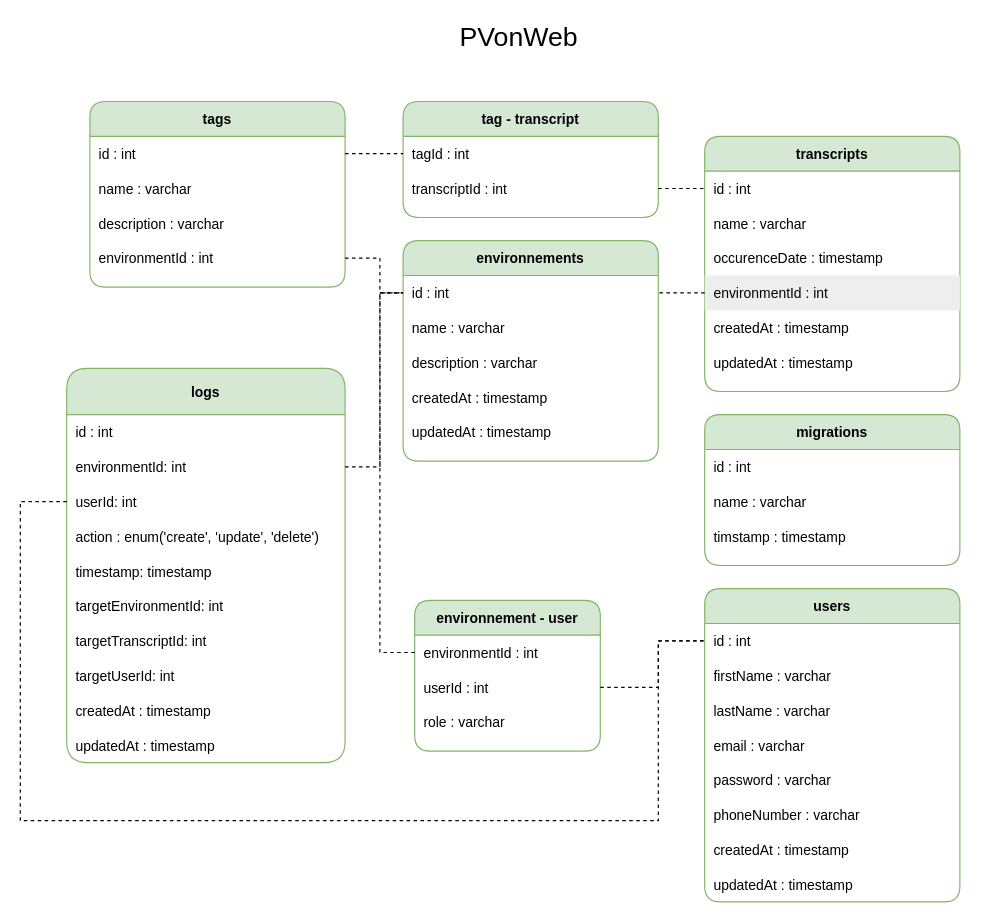
Before: docs/diagram/db/DBDiagramPVW.drawio in TommyRiquet/PVonWeb, a draw.io diagram. Source tidied: cells renumbered, new cells numbered last; positions are measured from the earlier drawing's top-left corner, leaving out a move shared by most shapes. Both pictures are drawn from the tidied source at 116%, with x=0, y=0 at pixel (20, 20).
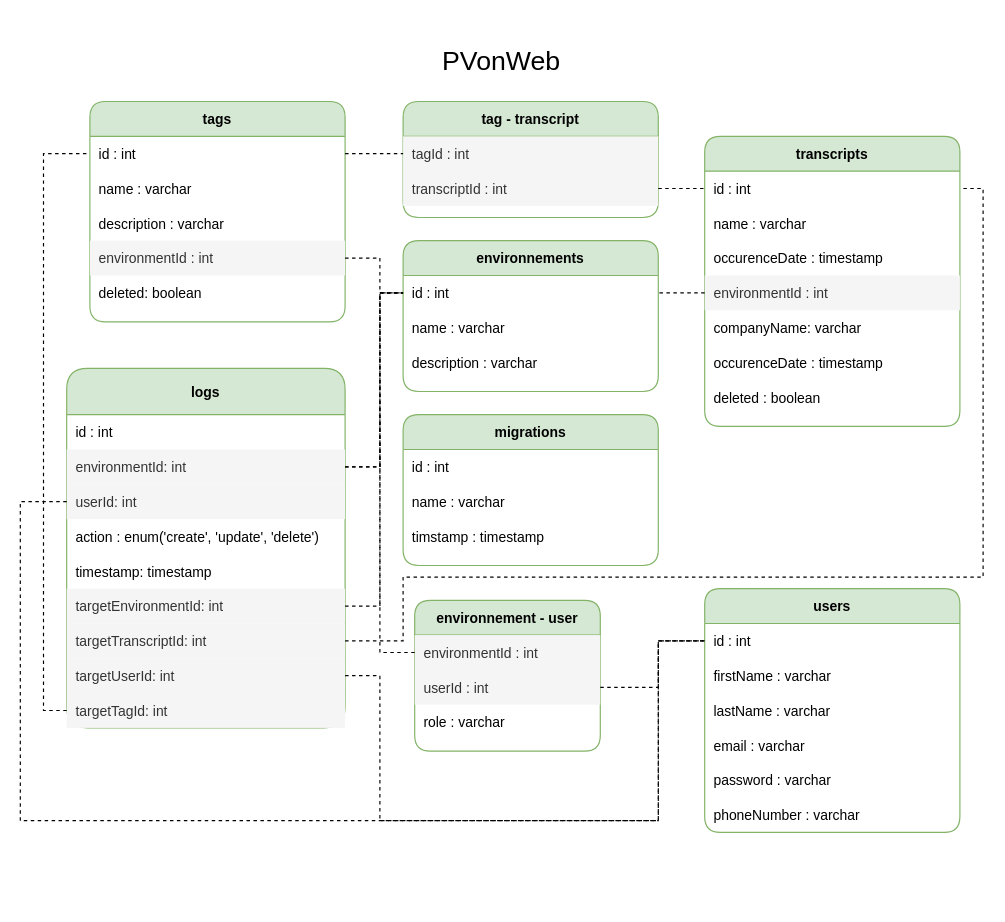
Above is the later version.

Unchanged cells that the change refers to:
```xml
<mxCell id="3" style="shape=partialRectangle;fillColor=none;points=[[0,0.5],[1,0.5]];portConstraint=eastwest;top=0;left=0;right=0;bottom=0;" parent="2" vertex="1">
  <mxGeometry y="30" width="220" height="30" as="geometry" />
</mxCell>
<mxCell id="20" style="shape=partialRectangle;fillColor=none;points=[[0,0.5],[1,0.5]];portConstraint=eastwest;top=0;left=0;right=0;bottom=0;" parent="19" vertex="1">
  <mxGeometry y="30" width="220" height="30" as="geometry" />
</mxCell>
<mxCell id="26" style="shape=partialRectangle;fillColor=none;points=[[0,0.5],[1,0.5]];portConstraint=eastwest;top=0;left=0;right=0;bottom=0;" parent="19" vertex="1">
  <mxGeometry y="120" width="220" height="30" as="geometry" />
</mxCell>
<mxCell id="35" style="shape=partialRectangle;fillColor=none;points=[[0,0.5],[1,0.5]];portConstraint=eastwest;top=0;left=0;right=0;bottom=0;" parent="34" vertex="1">
  <mxGeometry y="30" width="220" height="30" as="geometry" />
</mxCell>
<mxCell id="49" style="shape=partialRectangle;fillColor=none;points=[[0,0.5],[1,0.5]];portConstraint=eastwest;top=0;left=0;right=0;bottom=0;" parent="46" vertex="1">
  <mxGeometry y="70" width="240" height="30" as="geometry" />
</mxCell>
<mxCell id="51" style="shape=partialRectangle;fillColor=none;points=[[0,0.5],[1,0.5]];portConstraint=eastwest;top=0;left=0;right=0;bottom=0;" parent="46" vertex="1">
  <mxGeometry y="100" width="240" height="30" as="geometry" />
</mxCell>
<mxCell id="57" style="shape=partialRectangle;fillColor=none;points=[[0,0.5],[1,0.5]];portConstraint=eastwest;top=0;left=0;right=0;bottom=0;" parent="46" vertex="1">
  <mxGeometry y="190" width="240" height="30" as="geometry" />
</mxCell>
<mxCell id="59" style="shape=partialRectangle;fillColor=none;points=[[0,0.5],[1,0.5]];portConstraint=eastwest;top=0;left=0;right=0;bottom=0;" parent="46" vertex="1">
  <mxGeometry y="220" width="240" height="30" as="geometry" />
</mxCell>
<mxCell id="61" style="shape=partialRectangle;fillColor=none;points=[[0,0.5],[1,0.5]];portConstraint=eastwest;top=0;left=0;right=0;bottom=0;" parent="46" vertex="1">
  <mxGeometry y="250" width="240" height="30" as="geometry" />
</mxCell>
<mxCell id="63" style="shape=partialRectangle;fillColor=none;points=[[0,0.5],[1,0.5]];portConstraint=eastwest;top=0;left=0;right=0;bottom=0;" parent="46" vertex="1">
  <mxGeometry y="280" width="240" height="30" as="geometry" />
</mxCell>
<mxCell id="68" style="shape=partialRectangle;fillColor=none;points=[[0,0.5],[1,0.5]];portConstraint=eastwest;top=0;left=0;right=0;bottom=0;" parent="67" vertex="1">
  <mxGeometry y="30" width="160" height="30" as="geometry" />
</mxCell>
<mxCell id="70" style="shape=partialRectangle;fillColor=none;points=[[0,0.5],[1,0.5]];portConstraint=eastwest;top=0;left=0;right=0;bottom=0;" parent="67" vertex="1">
  <mxGeometry y="60" width="160" height="30" as="geometry" />
</mxCell>
<mxCell id="83" style="shape=partialRectangle;fillColor=none;points=[[0,0.5],[1,0.5]];portConstraint=eastwest;top=0;left=0;right=0;bottom=0;" parent="82" vertex="1">
  <mxGeometry y="30" width="220" height="30" as="geometry" />
</mxCell>
<mxCell id="89" style="shape=partialRectangle;fillColor=none;points=[[0,0.5],[1,0.5]];portConstraint=eastwest;top=0;left=0;right=0;bottom=0;" parent="82" vertex="1">
  <mxGeometry y="120" width="220" height="30" as="geometry" />
</mxCell>
<mxCell id="92" style="shape=partialRectangle;fillColor=none;points=[[0,0.5],[1,0.5]];portConstraint=eastwest;top=0;left=0;right=0;bottom=0;" parent="91" vertex="1">
  <mxGeometry y="30" width="220" height="30" as="geometry" />
</mxCell>
<mxCell id="94" style="shape=partialRectangle;fillColor=none;points=[[0,0.5],[1,0.5]];portConstraint=eastwest;top=0;left=0;right=0;bottom=0;" parent="91" vertex="1">
  <mxGeometry y="60" width="220" height="30" as="geometry" />
</mxCell>
```

Diff of the diagram source:
```diff
@@
     <mxCell id="2" value="users" style="shape=table;startSize=30;childLayout=tableLayout;rowLines=0;fontStyle=1;align=center;rounded=1;fillColor=#d5e8d4;strokeColor=#82b366;swimlaneLine=1;swimlaneFillColor=default;" parent="1" vertex="1">
-      <mxGeometry x="590" y="490" width="220" height="270" as="geometry" />
+      <mxGeometry x="590" y="490" width="220" height="210" as="geometry" />
     </mxCell>
@@
-    <mxCell id="15" style="shape=partialRectangle;fillColor=none;top=0;left=0;right=0;bottom=0;" parent="2" vertex="1">
-      <mxGeometry y="210" width="220" height="30" as="geometry" />
-    </mxCell>
-    <mxCell id="16" value="createdAt : timestamp" style="shape=partialRectangle;overflow=hidden;fillColor=none;top=0;left=0;bottom=0;right=0;align=left;spacingLeft=6;" parent="15" vertex="1">
-      <mxGeometry width="220" height="30" as="geometry" />
-    </mxCell>
-    <mxCell id="17" style="shape=partialRectangle;fillColor=none;top=0;left=0;right=0;bottom=0;" parent="2" vertex="1">
-      <mxGeometry y="240" width="220" height="30" as="geometry" />
-    </mxCell>
-    <mxCell id="18" value="updatedAt : timestamp" style="shape=partialRectangle;overflow=hidden;fillColor=none;top=0;left=0;bottom=0;right=0;align=left;spacingLeft=6;" parent="17" vertex="1">
-      <mxGeometry width="220" height="30" as="geometry" />
-    </mxCell>
     <mxCell id="19" value="transcripts" style="shape=table;startSize=30;childLayout=tableLayout;rowLines=0;fontStyle=1;align=center;rounded=1;fillColor=#d5e8d4;strokeColor=#82b366;swimlaneLine=1;swimlaneFillColor=default;" parent="1" vertex="1">
-      <mxGeometry x="590" y="100" width="220" height="220" as="geometry" />
+      <mxGeometry x="590" y="100" width="220" height="250" as="geometry" />
     </mxCell>
@@
-    <mxCell id="27" value="environmentId : int" style="shape=partialRectangle;overflow=hidden;fillColor=#eeeeee;top=0;left=0;bottom=0;right=0;align=left;spacingLeft=6;strokeColor=#36393d;" parent="26" vertex="1">
+    <mxCell id="27" value="environmentId : int" style="shape=partialRectangle;overflow=hidden;top=0;left=0;bottom=0;right=0;align=left;spacingLeft=6;fillColor=#f5f5f5;fontColor=#333333;strokeColor=#666666;" parent="26" vertex="1">
       <mxGeometry width="220" height="30" as="geometry" />
     </mxCell>
+    <mxCell id="103" style="shape=partialRectangle;fillColor=none;top=0;left=0;right=0;bottom=0;" parent="19" vertex="1">
+      <mxGeometry y="150" width="220" height="30" as="geometry" />
+    </mxCell>
+    <mxCell id="104" value="companyName: varchar" style="shape=partialRectangle;overflow=hidden;fillColor=none;top=0;left=0;bottom=0;right=0;align=left;spacingLeft=6;" parent="103" vertex="1">
+      <mxGeometry width="220" height="30" as="geometry" />
+    </mxCell>
     <mxCell id="28" style="shape=partialRectangle;fillColor=none;top=0;left=0;right=0;bottom=0;" parent="19" vertex="1">
-      <mxGeometry y="150" width="220" height="30" as="geometry" />
+      <mxGeometry y="180" width="220" height="30" as="geometry" />
     </mxCell>
-    <mxCell id="29" value="createdAt : timestamp" style="shape=partialRectangle;overflow=hidden;fillColor=none;top=0;left=0;bottom=0;right=0;align=left;spacingLeft=6;" parent="28" vertex="1">
+    <mxCell id="29" value="occurenceDate : timestamp" style="shape=partialRectangle;overflow=hidden;fillColor=none;top=0;left=0;bottom=0;right=0;align=left;spacingLeft=6;" parent="28" vertex="1">
       <mxGeometry width="220" height="30" as="geometry" />
     </mxCell>
     <mxCell id="30" style="shape=partialRectangle;fillColor=none;top=0;left=0;right=0;bottom=0;" parent="19" vertex="1">
-      <mxGeometry y="180" width="220" height="30" as="geometry" />
+      <mxGeometry y="210" width="220" height="30" as="geometry" />
     </mxCell>
-    <mxCell id="31" value="updatedAt : timestamp" style="shape=partialRectangle;overflow=hidden;fillColor=none;top=0;left=0;bottom=0;right=0;align=left;spacingLeft=6;" parent="30" vertex="1">
+    <mxCell id="31" value="deleted : boolean" style="shape=partialRectangle;overflow=hidden;fillColor=none;top=0;left=0;bottom=0;right=0;align=left;spacingLeft=6;" parent="30" vertex="1">
       <mxGeometry width="220" height="30" as="geometry" />
     </mxCell>
     <mxCell id="32" style="edgeStyle=orthogonalEdgeStyle;rounded=0;jettySize=auto;html=1;entryX=1;entryY=0.5;entryDx=0;entryDy=0;endArrow=none;endFill=0;dashed=1;startArrow=block;startFill=1;exitX=0;exitY=0.5;exitDx=0;exitDy=0;" parent="1" edge="1" target="20">
       <mxGeometry relative="1" as="geometry">
         <Array as="points">
-          <mxPoint x="380" y="735" />
-          <mxPoint x="380" y="460" />
-          <mxPoint x="710" y="460" />
-          <mxPoint x="710" y="95" />
+          <mxPoint x="380.1" y="765" />
+          <mxPoint x="380.1" y="490" />
+          <mxPoint x="710.1" y="490" />
+          <mxPoint x="710.1" y="125" />
         </Array>
       </mxGeometry>
     </mxCell>
     <mxCell id="33" style="rounded=0;jettySize=auto;html=1;dashed=1;startArrow=block;startFill=1;endArrow=none;endFill=0;exitX=1;exitY=0.5;exitDx=0;exitDy=0;edgeStyle=orthogonalEdgeStyle;entryX=0;entryY=0.5;entryDx=0;entryDy=0;" parent="1" edge="1" target="3">
       <mxGeometry relative="1" as="geometry">
         <Array as="points">
-          <mxPoint x="750" y="675" />
-          <mxPoint x="750" y="465" />
+          <mxPoint x="750.1" y="705" />
+          <mxPoint x="750.1" y="495" />
         </Array>
       </mxGeometry>
     </mxCell>
     <mxCell id="34" value="environnements" style="shape=table;startSize=30;childLayout=tableLayout;rowLines=0;fontStyle=1;align=center;rounded=1;fillColor=#d5e8d4;strokeColor=#82b366;swimlaneLine=1;swimlaneFillColor=default;" parent="1" vertex="1">
-      <mxGeometry x="330" y="190" width="220" height="190" as="geometry" />
+      <mxGeometry x="330" y="190" width="220" height="130" as="geometry" />
     </mxCell>
@@
-    <mxCell id="41" style="shape=partialRectangle;fillColor=none;top=0;left=0;right=0;bottom=0;" parent="34" vertex="1">
-      <mxGeometry y="120" width="220" height="30" as="geometry" />
-    </mxCell>
-    <mxCell id="42" value="createdAt : timestamp" style="shape=partialRectangle;overflow=hidden;fillColor=none;top=0;left=0;bottom=0;right=0;align=left;spacingLeft=6;" parent="41" vertex="1">
-      <mxGeometry width="220" height="30" as="geometry" />
-    </mxCell>
-    <mxCell id="43" style="shape=partialRectangle;fillColor=none;top=0;left=0;right=0;bottom=0;" parent="34" vertex="1">
-      <mxGeometry y="150" width="220" height="30" as="geometry" />
-    </mxCell>
-    <mxCell id="44" value="updatedAt : timestamp" style="shape=partialRectangle;overflow=hidden;fillColor=none;top=0;left=0;bottom=0;right=0;align=left;spacingLeft=6;" parent="43" vertex="1">
-      <mxGeometry width="220" height="30" as="geometry" />
-    </mxCell>
     <mxCell id="45" value="&lt;div&gt;&lt;font style=&quot;font-size: 23px;&quot;&gt;PVonWeb&lt;/font&gt;&lt;/div&gt;" style="text;html=1;strokeColor=none;fillColor=none;align=center;verticalAlign=middle;whiteSpace=wrap;rounded=0;" parent="1" vertex="1">
-      <mxGeometry x="400" width="60" height="30" as="geometry" />
+      <mxGeometry x="385" y="20" width="60" height="30" as="geometry" />
     </mxCell>
     <mxCell id="46" value="logs" style="shape=table;startSize=40;childLayout=tableLayout;rowLines=0;fontStyle=1;align=center;rounded=1;fillColor=#d5e8d4;strokeColor=#82b366;swimlaneLine=1;swimlaneFillColor=default;" parent="1" vertex="1">
-      <mxGeometry x="40" y="300" width="240" height="340" as="geometry" />
+      <mxGeometry x="40" y="300" width="240" height="310" as="geometry" />
     </mxCell>
@@
-    <mxCell id="50" value="environmentId: int" style="shape=partialRectangle;overflow=hidden;fillColor=none;top=0;left=0;bottom=0;right=0;align=left;spacingLeft=6;" parent="49" vertex="1">
+    <mxCell id="50" value="environmentId: int" style="shape=partialRectangle;overflow=hidden;fillColor=#f5f5f5;top=0;left=0;bottom=0;right=0;align=left;spacingLeft=6;fontColor=#333333;strokeColor=#666666;" parent="49" vertex="1">
       <mxGeometry width="240" height="30" as="geometry" />
     </mxCell>
@@
-    <mxCell id="52" value="userId: int" style="shape=partialRectangle;overflow=hidden;fillColor=none;top=0;left=0;bottom=0;right=0;align=left;spacingLeft=6;" parent="51" vertex="1">
+    <mxCell id="52" value="userId: int" style="shape=partialRectangle;overflow=hidden;fillColor=#f5f5f5;top=0;left=0;bottom=0;right=0;align=left;spacingLeft=6;fontColor=#333333;strokeColor=#666666;" parent="51" vertex="1">
       <mxGeometry width="240" height="30" as="geometry" />
     </mxCell>
@@
-    <mxCell id="58" value="targetEnvironmentId: int" style="shape=partialRectangle;overflow=hidden;fillColor=none;top=0;left=0;bottom=0;right=0;align=left;spacingLeft=6;" parent="57" vertex="1">
+    <mxCell id="58" value="targetEnvironmentId: int" style="shape=partialRectangle;overflow=hidden;fillColor=#f5f5f5;top=0;left=0;bottom=0;right=0;align=left;spacingLeft=6;fontColor=#333333;strokeColor=#666666;" parent="57" vertex="1">
       <mxGeometry width="240" height="30" as="geometry" />
     </mxCell>
@@
-    <mxCell id="60" value="targetTranscriptId: int" style="shape=partialRectangle;overflow=hidden;fillColor=none;top=0;left=0;bottom=0;right=0;align=left;spacingLeft=6;" parent="59" vertex="1">
+    <mxCell id="60" value="targetTranscriptId: int" style="shape=partialRectangle;overflow=hidden;fillColor=#f5f5f5;top=0;left=0;bottom=0;right=0;align=left;spacingLeft=6;fontColor=#333333;strokeColor=#666666;" parent="59" vertex="1">
       <mxGeometry width="240" height="30" as="geometry" />
     </mxCell>
@@
-    <mxCell id="62" value="targetUserId: int" style="shape=partialRectangle;overflow=hidden;fillColor=none;top=0;left=0;bottom=0;right=0;align=left;spacingLeft=6;" parent="61" vertex="1">
+    <mxCell id="62" value="targetUserId: int" style="shape=partialRectangle;overflow=hidden;fillColor=#f5f5f5;top=0;left=0;bottom=0;right=0;align=left;spacingLeft=6;fontColor=#333333;strokeColor=#666666;" parent="61" vertex="1">
       <mxGeometry width="240" height="30" as="geometry" />
     </mxCell>
@@
-    <mxCell id="64" value="createdAt : timestamp" style="shape=partialRectangle;overflow=hidden;fillColor=none;top=0;left=0;bottom=0;right=0;align=left;spacingLeft=6;" parent="63" vertex="1">
-      <mxGeometry width="240" height="30" as="geometry" />
-    </mxCell>
-    <mxCell id="65" style="shape=partialRectangle;fillColor=none;top=0;left=0;right=0;bottom=0;" parent="46" vertex="1">
-      <mxGeometry y="310" width="240" height="30" as="geometry" />
-    </mxCell>
-    <mxCell id="66" value="updatedAt : timestamp" style="shape=partialRectangle;overflow=hidden;fillColor=none;top=0;left=0;bottom=0;right=0;align=left;spacingLeft=6;" parent="65" vertex="1">
-      <mxGeometry width="240" height="30" as="geometry" />
-    </mxCell>
+    <mxCell id="105" value="targetTagId: int" style="shape=partialRectangle;overflow=hidden;fillColor=#f5f5f5;top=0;left=0;bottom=0;right=0;align=left;spacingLeft=6;fontColor=#333333;strokeColor=#666666;" parent="63" vertex="1">
+      <mxGeometry width="240" height="30" as="geometry" />
+    </mxCell>
@@
-    <mxCell id="69" value="environmentId : int" style="shape=partialRectangle;overflow=hidden;fillColor=none;top=0;left=0;bottom=0;right=0;align=left;spacingLeft=6;" parent="68" vertex="1">
+    <mxCell id="69" value="environmentId : int" style="shape=partialRectangle;overflow=hidden;fillColor=#f5f5f5;top=0;left=0;bottom=0;right=0;align=left;spacingLeft=6;fontColor=#333333;strokeColor=#666666;" parent="68" vertex="1">
       <mxGeometry width="160" height="30" as="geometry" />
     </mxCell>
@@
-    <mxCell id="71" value="userId : int" style="shape=partialRectangle;overflow=hidden;fillColor=none;top=0;left=0;bottom=0;right=0;align=left;spacingLeft=6;" parent="70" vertex="1">
+    <mxCell id="71" value="userId : int" style="shape=partialRectangle;overflow=hidden;fillColor=#f5f5f5;top=0;left=0;bottom=0;right=0;align=left;spacingLeft=6;fontColor=#333333;strokeColor=#666666;" parent="70" vertex="1">
       <mxGeometry width="160" height="30" as="geometry" />
     </mxCell>
@@
     <mxCell id="74" value="migrations" style="shape=table;startSize=30;childLayout=tableLayout;rowLines=0;fontStyle=1;align=center;rounded=1;fillColor=#d5e8d4;strokeColor=#82b366;swimlaneLine=1;swimlaneFillColor=default;" parent="1" vertex="1">
-      <mxGeometry x="590" y="340" width="220" height="130" as="geometry" />
+      <mxGeometry x="330" y="340" width="220" height="130" as="geometry" />
     </mxCell>
@@
     <mxCell id="82" value="tags" style="shape=table;startSize=30;childLayout=tableLayout;rowLines=0;fontStyle=1;align=center;rounded=1;fillColor=#d5e8d4;strokeColor=#82b366;swimlaneLine=1;swimlaneFillColor=default;" parent="1" vertex="1">
-      <mxGeometry x="60" y="70" width="220" height="160" as="geometry" />
+      <mxGeometry x="60" y="70" width="220" height="190" as="geometry" />
     </mxCell>
@@
-    <mxCell id="90" value="environmentId : int" style="shape=partialRectangle;overflow=hidden;fillColor=none;top=0;left=0;bottom=0;right=0;align=left;spacingLeft=6;" parent="89" vertex="1">
+    <mxCell id="90" value="environmentId : int" style="shape=partialRectangle;overflow=hidden;fillColor=#f5f5f5;top=0;left=0;bottom=0;right=0;align=left;spacingLeft=6;fontColor=#333333;strokeColor=#666666;" parent="89" vertex="1">
       <mxGeometry width="220" height="30" as="geometry" />
     </mxCell>
+    <mxCell id="106" style="shape=partialRectangle;fillColor=none;top=0;left=0;right=0;bottom=0;" parent="82" vertex="1">
+      <mxGeometry y="150" width="220" height="30" as="geometry" />
+    </mxCell>
+    <mxCell id="107" value="deleted: boolean" style="shape=partialRectangle;overflow=hidden;fillColor=none;top=0;left=0;bottom=0;right=0;align=left;spacingLeft=6;" parent="106" vertex="1">
+      <mxGeometry width="220" height="30" as="geometry" />
+    </mxCell>
@@
-    <mxCell id="93" value="tagId : int" style="shape=partialRectangle;overflow=hidden;fillColor=none;top=0;left=0;bottom=0;right=0;align=left;spacingLeft=6;" parent="92" vertex="1">
+    <mxCell id="93" value="tagId : int" style="shape=partialRectangle;overflow=hidden;fillColor=#f5f5f5;top=0;left=0;bottom=0;right=0;align=left;spacingLeft=6;fontColor=#333333;strokeColor=#666666;" parent="92" vertex="1">
       <mxGeometry width="220" height="30" as="geometry" />
     </mxCell>
@@
-    <mxCell id="95" value="transcriptId : int" style="shape=partialRectangle;overflow=hidden;fillColor=none;top=0;left=0;bottom=0;right=0;align=left;spacingLeft=6;" parent="94" vertex="1">
+    <mxCell id="95" value="transcriptId : int" style="shape=partialRectangle;overflow=hidden;fillColor=#f5f5f5;top=0;left=0;bottom=0;right=0;align=left;spacingLeft=6;fontColor=#333333;strokeColor=#666666;" parent="94" vertex="1">
       <mxGeometry width="220" height="30" as="geometry" />
     </mxCell>
@@
+    <mxCell id="108" style="edgeStyle=orthogonalEdgeStyle;rounded=0;jettySize=auto;html=1;entryX=0;entryY=0.5;entryDx=0;entryDy=0;endArrow=none;endFill=0;dashed=1;" parent="1" edge="1" source="49" target="35">
+      <mxGeometry relative="1" as="geometry">
+        <Array as="points">
+          <mxPoint x="310" y="385" />
+          <mxPoint x="310" y="235" />
+        </Array>
+      </mxGeometry>
+    </mxCell>
+    <mxCell id="109" style="edgeStyle=orthogonalEdgeStyle;rounded=0;jettySize=auto;html=1;entryX=0;entryY=0.5;entryDx=0;entryDy=0;dashed=1;endArrow=none;endFill=0;" parent="1" edge="1" source="63" target="83">
+      <mxGeometry relative="1" as="geometry">
+        <Array as="points">
+          <mxPoint x="20" y="595" />
+          <mxPoint x="20" y="115" />
+        </Array>
+      </mxGeometry>
+    </mxCell>
+    <mxCell id="110" style="edgeStyle=orthogonalEdgeStyle;rounded=0;jettySize=auto;html=1;dashed=1;endArrow=none;endFill=0;" parent="1" edge="1" source="57" target="35">
+      <mxGeometry relative="1" as="geometry">
+        <Array as="points">
+          <mxPoint x="310" y="505" />
+          <mxPoint x="310" y="235" />
+        </Array>
+      </mxGeometry>
+    </mxCell>
+    <mxCell id="111" style="edgeStyle=orthogonalEdgeStyle;rounded=0;jettySize=auto;html=1;dashed=1;endArrow=none;endFill=0;" parent="1" edge="1" source="61" target="3">
+      <mxGeometry relative="1" as="geometry">
+        <Array as="points">
+          <mxPoint x="310" y="565" />
+          <mxPoint x="310" y="690" />
+          <mxPoint x="550" y="690" />
+          <mxPoint x="550" y="535" />
+        </Array>
+      </mxGeometry>
+    </mxCell>
+    <mxCell id="112" style="edgeStyle=orthogonalEdgeStyle;rounded=0;jettySize=auto;html=1;dashed=1;endArrow=none;endFill=0;" parent="1" edge="1" source="59" target="20">
+      <mxGeometry relative="1" as="geometry">
+        <Array as="points">
+          <mxPoint x="330" y="535" />
+          <mxPoint x="330" y="480" />
+          <mxPoint x="830" y="480" />
+          <mxPoint x="830" y="145" />
+        </Array>
+      </mxGeometry>
+    </mxCell>
```
